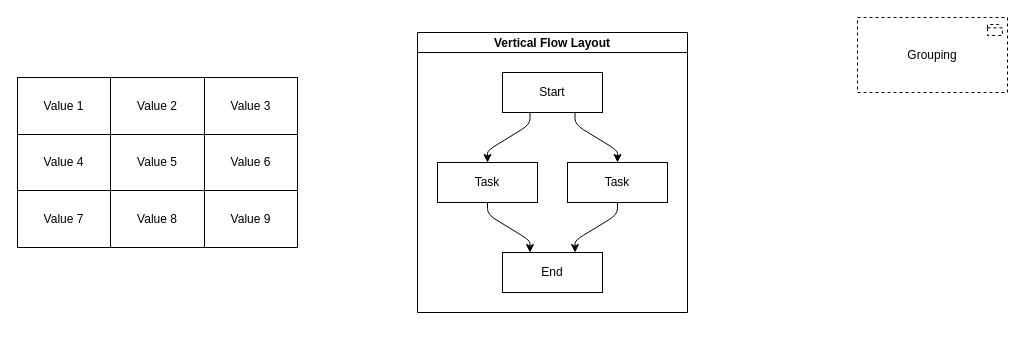
Earlier version of the draw.io diagram test.drawio (q30china/draw). Source tidied: cells renumbered, new cells numbered last; positions are measured from the earlier drawing's top-left corner, leaving out a move shared by most shapes. Both pictures are drawn from the tidied source at 100%, with x=0, y=0 at pixel (17, 17).
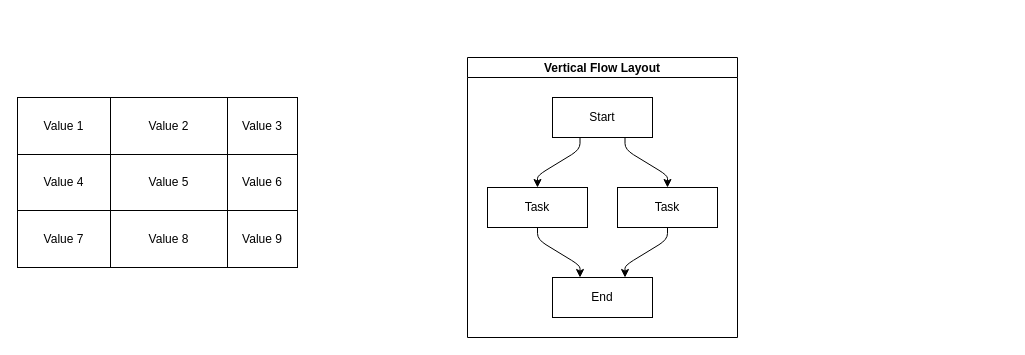
The same page after the edit.

Unchanged cells that the change refers to:
```xml
<mxCell id="3" style="shape=tableRow;horizontal=0;startSize=0;swimlaneHead=0;swimlaneBody=0;top=0;left=0;bottom=0;right=0;fontStyle=0;fillColor=none;strokeColor=inherit;" parent="2" vertex="1">
  <mxGeometry width="280" height="57" as="geometry" />
</mxCell>
<mxCell id="7" style="shape=tableRow;horizontal=0;startSize=0;swimlaneHead=0;swimlaneBody=0;top=0;left=0;bottom=0;right=0;fontStyle=0;fillColor=none;strokeColor=inherit;" parent="2" vertex="1">
  <mxGeometry y="57" width="280" height="56" as="geometry" />
</mxCell>
<mxCell id="11" style="shape=tableRow;horizontal=0;startSize=0;swimlaneHead=0;swimlaneBody=0;top=0;left=0;bottom=0;right=0;fontStyle=0;fillColor=none;strokeColor=inherit;" parent="2" vertex="1">
  <mxGeometry y="113" width="280" height="57" as="geometry" />
</mxCell>
```

Diff of the diagram source:
```diff
@@
     <mxCell id="2" style="childLayout=tableLayout;shadow=0;fillColor=none;" parent="1" vertex="1">
-      <mxGeometry y="60" width="280" height="170" as="geometry" />
+      <mxGeometry y="80" width="280" height="170" as="geometry" />
     </mxCell>
@@
     <mxCell id="5" value="Value 2" style="strokeColor=inherit;fillColor=none;align=center;whiteSpace=wrap;html=1;" parent="3" vertex="1">
-      <mxGeometry x="93" width="94" height="57" as="geometry" />
+      <mxGeometry x="93" width="117" height="57" as="geometry" />
     </mxCell>
     <mxCell id="6" value="Value 3" style="strokeColor=inherit;fillColor=none;align=center;whiteSpace=wrap;html=1;" parent="3" vertex="1">
-      <mxGeometry x="187" width="93" height="57" as="geometry" />
+      <mxGeometry x="210" width="70" height="57" as="geometry" />
     </mxCell>
@@
     <mxCell id="9" value="Value 5" style="strokeColor=inherit;fillColor=none;align=center;whiteSpace=wrap;html=1;" parent="7" vertex="1">
-      <mxGeometry x="93" width="94" height="56" as="geometry" />
+      <mxGeometry x="93" width="117" height="56" as="geometry" />
     </mxCell>
     <mxCell id="10" value="Value 6" style="strokeColor=inherit;fillColor=none;align=center;whiteSpace=wrap;html=1;" parent="7" vertex="1">
-      <mxGeometry x="187" width="93" height="56" as="geometry" />
+      <mxGeometry x="210" width="70" height="56" as="geometry" />
     </mxCell>
@@
     <mxCell id="13" value="Value 8" style="strokeColor=inherit;fillColor=none;align=center;whiteSpace=wrap;html=1;" parent="11" vertex="1">
-      <mxGeometry x="93" width="94" height="57" as="geometry" />
+      <mxGeometry x="93" width="117" height="57" as="geometry" />
     </mxCell>
     <mxCell id="14" value="Value 9" style="strokeColor=inherit;fillColor=none;align=center;whiteSpace=wrap;html=1;" parent="11" vertex="1">
-      <mxGeometry x="187" width="93" height="57" as="geometry" />
+      <mxGeometry x="210" width="70" height="57" as="geometry" />
     </mxCell>
     <mxCell id="15" value="Vertical Flow Layout" style="swimlane;startSize=20;horizontal=1;flowOrientation=north;interRankCellSpacing=50;containerType=tree;fontSize=12;" parent="1" vertex="1">
-      <mxGeometry x="400" y="15" width="270" height="280" as="geometry" />
+      <mxGeometry x="450" y="40" width="270" height="280" as="geometry" />
     </mxCell>
@@
-    <mxCell id="24" value="Grouping" style="html=1;whiteSpace=wrap;shape=mxgraph.archimate3.application;appType=grouping;archiType=square;dashed=1;fillColor=none;" parent="1" vertex="1">
-      <mxGeometry x="840" width="150" height="75" as="geometry" />
-    </mxCell>
```
